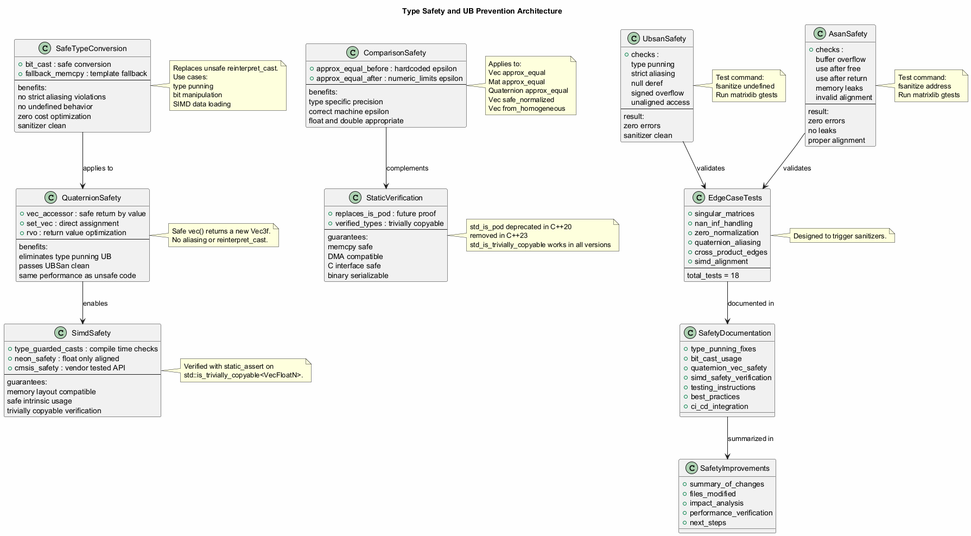
Earlier version of the PlantUML export design/safety_architecture.png (jwbmwv/matrixlib). The source it was exported from:
```plantuml
@startuml

title Type Safety and UB Prevention Architecture

skinparam backgroundColor #FEFEFE


class SafeTypeConversion {
    + bit_cast : safe conversion
    + fallback_memcpy : template fallback
    --
    benefits:
    no strict aliasing violations
    no undefined behavior
    zero cost optimization
    sanitizer clean
}

note right of SafeTypeConversion
    Replaces unsafe reinterpret_cast.
    Use cases:
    type punning
    bit manipulation
    SIMD data loading
end note


class QuaternionSafety {
    + vec_accessor : safe return by value
    + set_vec : direct assignment
    + rvo : return value optimization
    --
    benefits:
    eliminates type punning UB
    passes UBSan clean
    same performance as unsafe code
}

note right of QuaternionSafety
    Safe vec() returns a new Vec3f.
    No aliasing or reinterpret_cast.
end note


class SimdSafety {
    + type_guarded_casts : compile time checks
    + neon_safety : float only aligned
    + cmsis_safety : vendor tested API
    --
    guarantees:
    memory layout compatible
    safe intrinsic usage
    trivially copyable verification
}

note right of SimdSafety
    Verified with static_assert on
    std::is_trivially_copyable<VecFloatN>.
end note


class ComparisonSafety {
    + approx_equal_before : hardcoded epsilon
    + approx_equal_after : numeric_limits epsilon
    --
    benefits:
    type specific precision
    correct machine epsilon
    float and double appropriate
}

note right of ComparisonSafety
    Applies to:
    Vec approx_equal
    Mat approx_equal
    Quaternion approx_equal
    Vec safe_normalized
    Vec from_homogeneous
end note


class StaticVerification {
    + replaces_is_pod : future proof
    + verified_types : trivially copyable
    --
    guarantees:
    memcpy safe
    DMA compatible
    C interface safe
    binary serializable
}

note right of StaticVerification
    std_is_pod deprecated in C++20
    removed in C++23
    std_is_trivially_copyable works in all versions
end note


class UbsanSafety {
    + checks :
    type punning
    strict aliasing
    null deref
    signed overflow
    unaligned access
    --
    result:
    zero errors
    sanitizer clean
}

note right of UbsanSafety
    Test command:
    fsanitize undefined
    Run matrixlib gtests
end note


class AsanSafety {
    + checks :
    buffer overflow
    use after free
    use after return
    memory leaks
    invalid alignment
    --
    result:
    zero errors
    no leaks
    proper alignment
}

note right of AsanSafety
    Test command:
    fsanitize address
    Run matrixlib gtests
end note


class EdgeCaseTests {
    + singular_matrices
    + nan_inf_handling
    + zero_normalization
    + quaternion_aliasing
    + cross_product_edges
    + simd_alignment
    --
    total_tests = 18
}

note right of EdgeCaseTests
    Designed to trigger sanitizers.
end note


class SafetyDocumentation {
    + type_punning_fixes
    + bit_cast_usage
    + quaternion_vec_safety
    + simd_safety_verification
    + testing_instructions
    + best_practices
    + ci_cd_integration
}

class SafetyImprovements {
    + summary_of_changes
    + files_modified
    + impact_analysis
    + performance_verification
    + next_steps
}


SafeTypeConversion --> QuaternionSafety : applies to
QuaternionSafety --> SimdSafety : enables
ComparisonSafety --> StaticVerification : complements
UbsanSafety --> EdgeCaseTests : validates
AsanSafety --> EdgeCaseTests : validates
EdgeCaseTests --> SafetyDocumentation : documented in
SafetyDocumentation --> SafetyImprovements : summarized in

@enduml
```
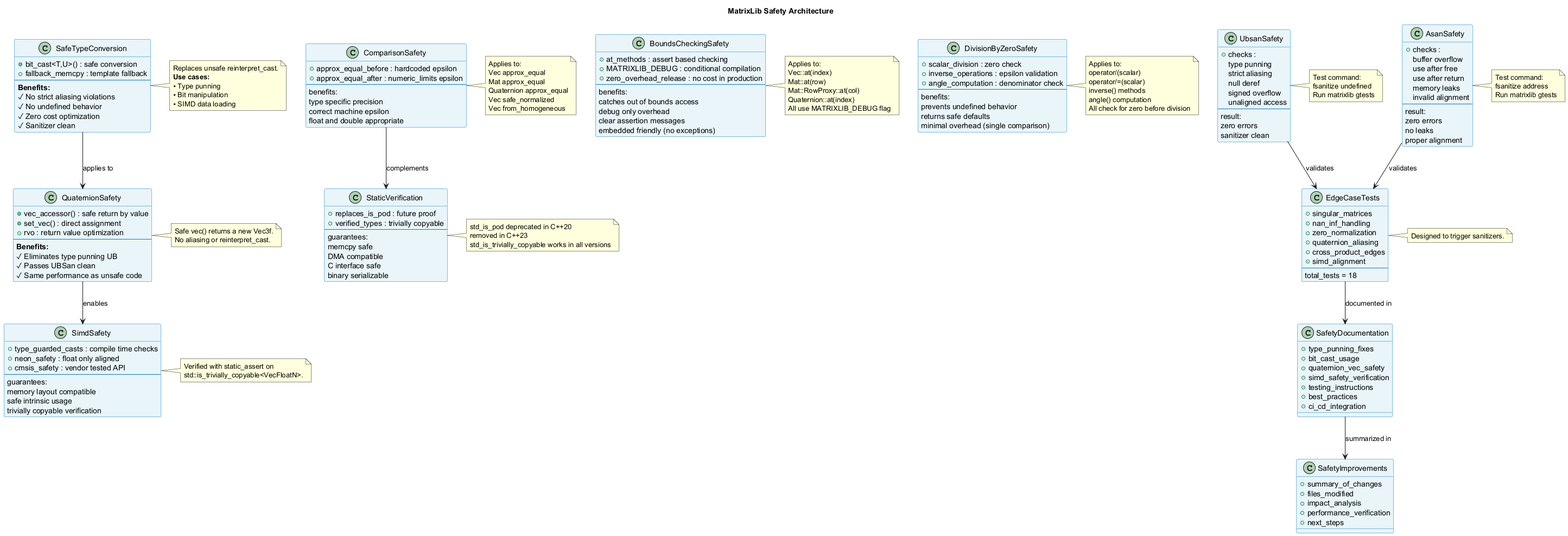
Above is the later version.

The edit, as a diff of the source:
```diff
@@ -1,39 +1,41 @@
 @startuml
 
-title Type Safety and UB Prevention Architecture
+title MatrixLib Safety Architecture
 
 skinparam backgroundColor #FEFEFE
+skinparam classBackgroundColor #E8F4F8
+skinparam classBorderColor #0078D7
 
 
 class SafeTypeConversion {
-    + bit_cast : safe conversion
+    + bit_cast<T,U>() : safe conversion
     + fallback_memcpy : template fallback
     --
-    benefits:
-    no strict aliasing violations
-    no undefined behavior
-    zero cost optimization
-    sanitizer clean
+    **Benefits:**
+    ✓ No strict aliasing violations
+    ✓ No undefined behavior
+    ✓ Zero cost optimization
+    ✓ Sanitizer clean
 }
 
 note right of SafeTypeConversion
     Replaces unsafe reinterpret_cast.
-    Use cases:
-    type punning
-    bit manipulation
-    SIMD data loading
+    **Use cases:**
+    • Type punning
+    • Bit manipulation
+    • SIMD data loading
 end note
 
 
 class QuaternionSafety {
-    + vec_accessor : safe return by value
-    + set_vec : direct assignment
+    + vec_accessor() : safe return by value
+    + set_vec() : direct assignment
     + rvo : return value optimization
     --
-    benefits:
-    eliminates type punning UB
-    passes UBSan clean
-    same performance as unsafe code
+    **Benefits:**
+    ✓ Eliminates type punning UB
+    ✓ Passes UBSan clean
+    ✓ Same performance as unsafe code
 }
 
 note right of QuaternionSafety
@@ -76,6 +78,49 @@
     Quaternion approx_equal
     Vec safe_normalized
     Vec from_homogeneous
+end note
+
+
+class BoundsCheckingSafety {
+    + at_methods : assert based checking
+    + MATRIXLIB_DEBUG : conditional compilation
+    + zero_overhead_release : no cost in production
+    --
+    benefits:
+    catches out of bounds access
+    debug only overhead
+    clear assertion messages
+    embedded friendly (no exceptions)
+}
+
+note right of BoundsCheckingSafety
+    Applies to:
+    Vec::at(index)
+    Mat::at(row)
+    Mat::RowProxy::at(col)
+    Quaternion::at(index)
+    All use MATRIXLIB_DEBUG flag
+end note
+
+
+class DivisionByZeroSafety {
+    + scalar_division : zero check
+    + inverse_operations : epsilon validation
+    + angle_computation : denominator check
+    --
+    benefits:
+    prevents undefined behavior
+    returns safe defaults
+    minimal overhead (single comparison)
+}
+
+note right of DivisionByZeroSafety
+    Applies to:
+    operator/(scalar)
+    operator/=(scalar)
+    inverse() methods
+    angle() computation
+    All check for zero before division
 end note
 
 
```
